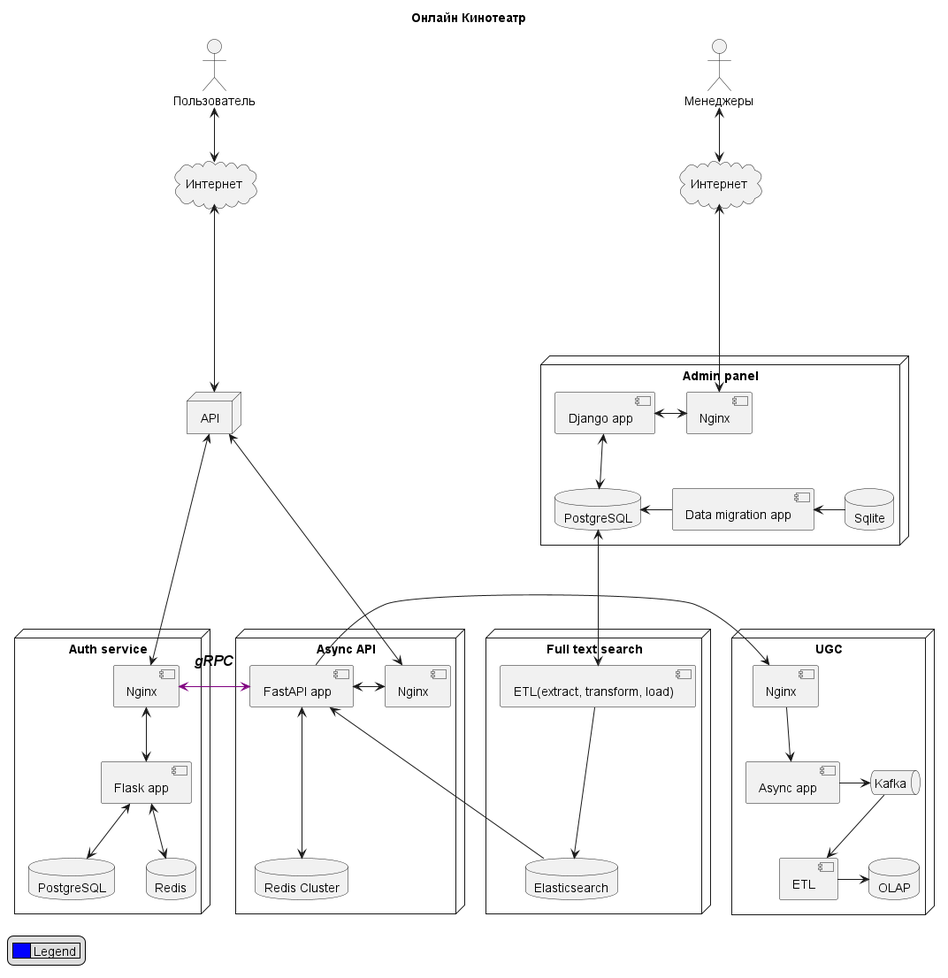
Earlier version of the PlantUML export diagram/diagram.png (Natrezzim/ugc_sprint_1).
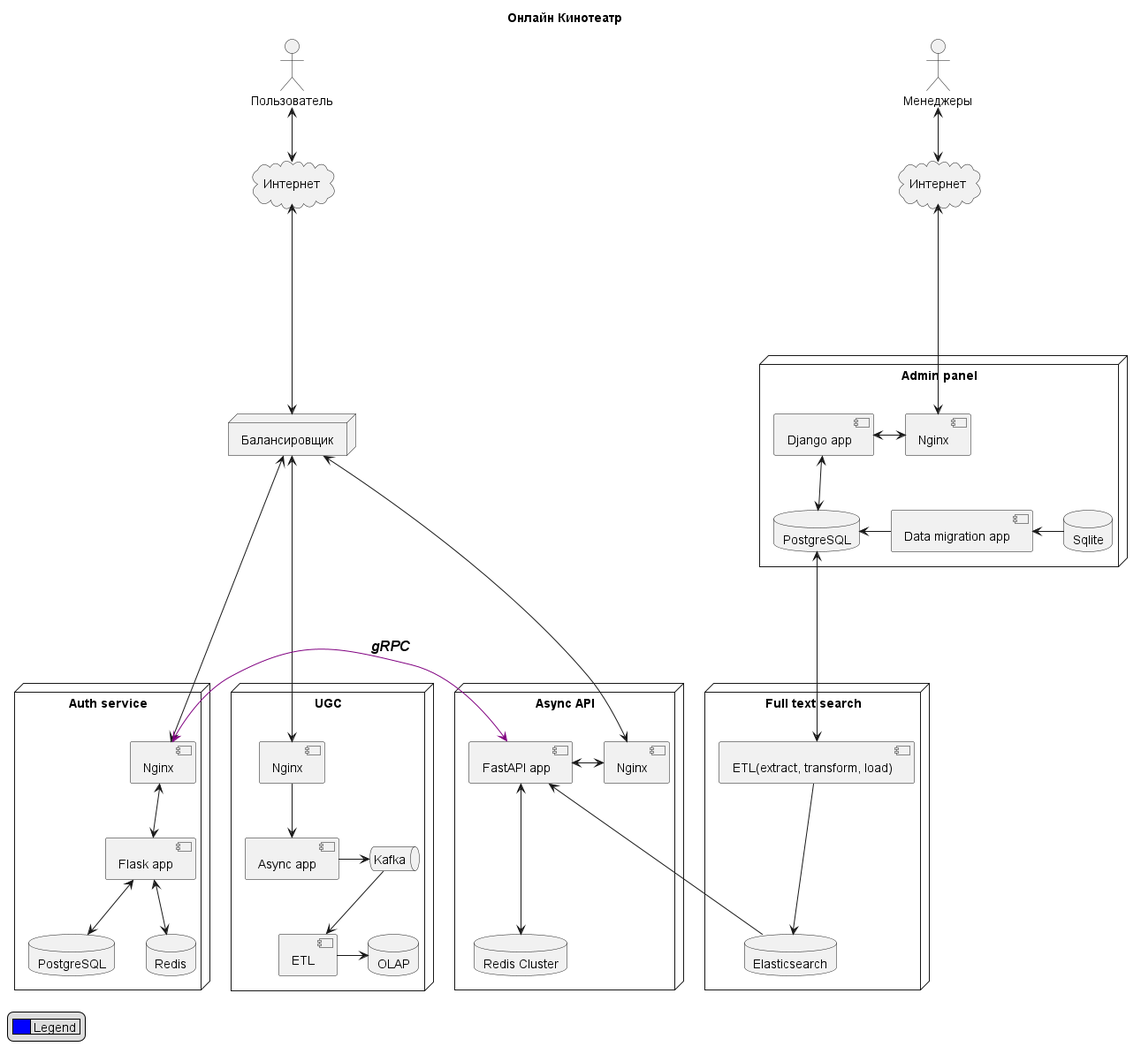
After the commit.

Change to the diagram source:
```diff
@@ -12,7 +12,7 @@
 cloud "Интернет" as manager_internet{
 }
 
-node "API" as api{
+node "Балансировщик" as api{
 }
 
 node "Admin panel" as admin_panel {
@@ -66,7 +66,7 @@
 internet <----> api
 api <----> auth_nginx
 api <----> asyncapi_nginx
-ugc_nginx <- asyncapi_app
+api <----> ugc_nginx
 auth_nginx <-[#800080]> asyncapi_app : <size:16><i><b>gRPC</b></i></size>\n
 
 ap_db_pg <---> fts_etl
```
